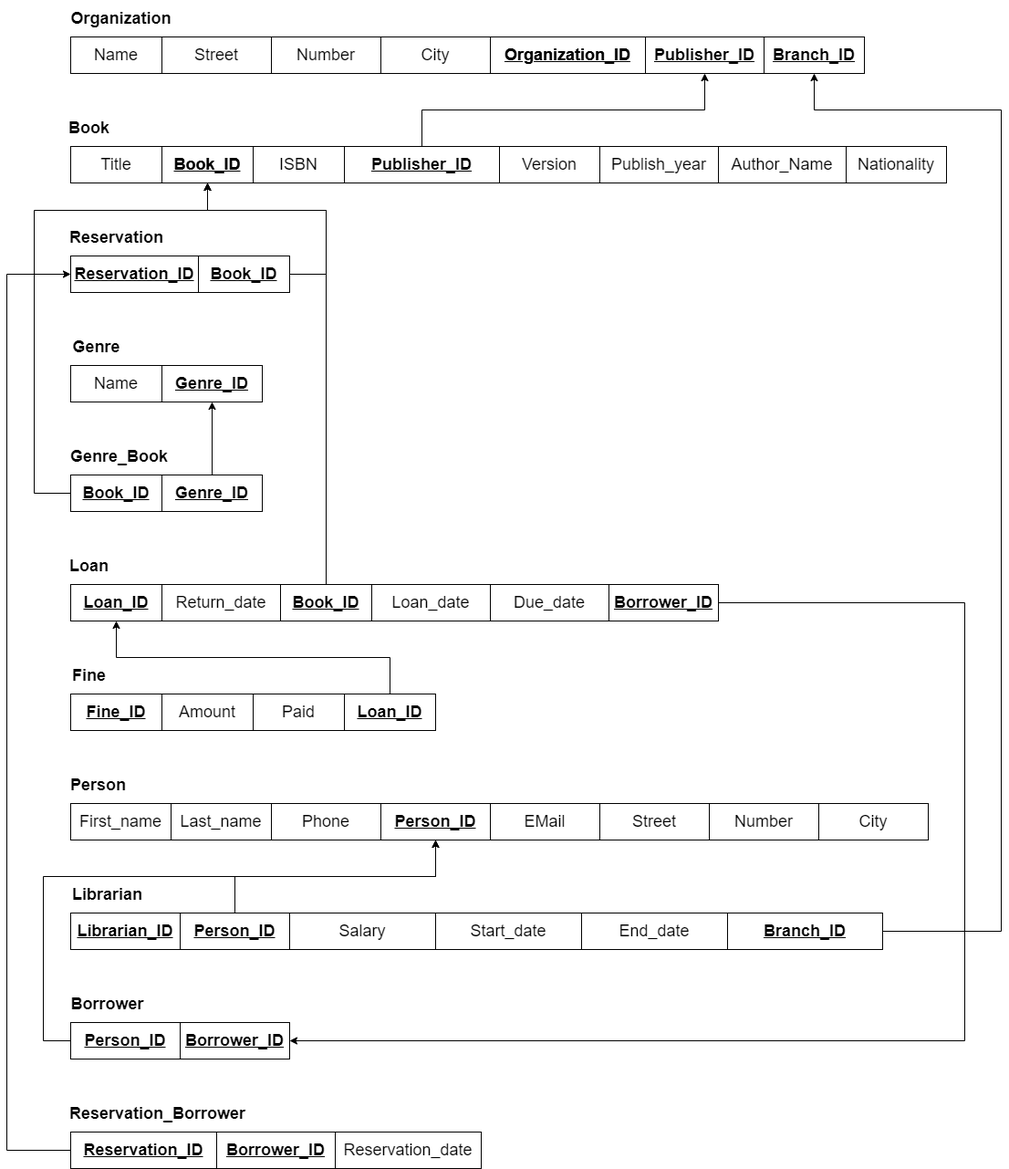
This is Relational_Model/Relational Model - 2NF.png from YouAndMEME/sose23-database, a draw.io export, as it was before one commit. Source tidied: cells renumbered, new cells last; positions are measured from the earlier drawing's top-left corner, leaving out a move shared by most shapes.
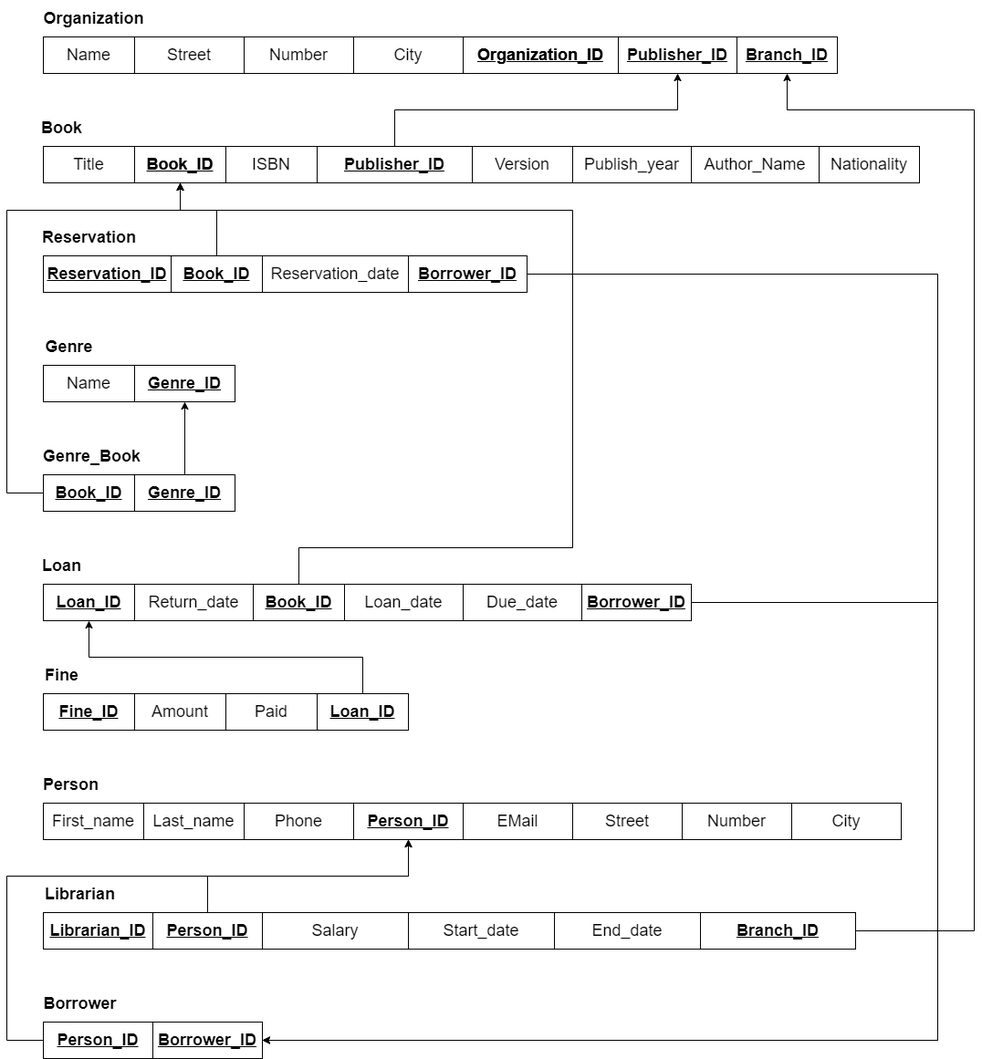
The same diagram one commit later.

Commit message:
Updated Relational Model Borrower

Change to the diagram source:
```diff
@@ -68,8 +68,7 @@
     <mxCell id="23" style="edgeStyle=orthogonalEdgeStyle;rounded=0;jettySize=auto;html=1;entryX=0.5;entryY=1;entryDx=0;entryDy=0;fontSize=18;" parent="1" edge="1" source="24" target="22">
       <mxGeometry relative="1" as="geometry">
         <Array as="points">
-          <mxPoint x="350" y="300" />
-          <mxPoint x="350" y="230" />
+          <mxPoint x="260" y="230" />
           <mxPoint x="220" y="230" />
         </Array>
       </mxGeometry>
@@ -106,7 +105,9 @@
     <mxCell id="32" style="edgeStyle=orthogonalEdgeStyle;rounded=0;jettySize=auto;html=1;entryX=0.5;entryY=1;entryDx=0;entryDy=0;fontSize=18;" parent="1" edge="1" source="33" target="22">
       <mxGeometry relative="1" as="geometry">
         <Array as="points">
-          <mxPoint x="350" y="230" />
+          <mxPoint x="350" y="600" />
+          <mxPoint x="650" y="600" />
+          <mxPoint x="650" y="230" />
           <mxPoint x="220" y="230" />
         </Array>
       </mxGeometry>
@@ -157,8 +158,8 @@
     <mxCell id="44" style="edgeStyle=orthogonalEdgeStyle;rounded=0;jettySize=auto;html=1;exitX=0;exitY=0.5;exitDx=0;exitDy=0;entryX=0.5;entryY=1;entryDx=0;entryDy=0;fontSize=18;" parent="1" edge="1" source="45" target="14">
       <mxGeometry relative="1" as="geometry">
         <Array as="points">
-          <mxPoint x="40" y="1140" />
-          <mxPoint x="40" y="960" />
+          <mxPoint x="30" y="1140" />
+          <mxPoint x="30" y="960" />
           <mxPoint x="470" y="960" />
         </Array>
       </mxGeometry>
@@ -166,25 +167,19 @@
     <mxCell id="45" value="&lt;b&gt;Person_ID&lt;/b&gt;" style="whiteSpace=wrap;html=1;align=center;strokeColor=default;fontSize=18;fillColor=none;fontStyle=4;" parent="1" vertex="1">
       <mxGeometry x="70" y="1120" width="120" height="40" as="geometry" />
     </mxCell>
-    <mxCell id="46" value="Reservation_Borrower" style="text;strokeColor=none;fillColor=none;html=1;fontSize=18;fontStyle=1;verticalAlign=middle;align=center;" parent="1" vertex="1">
-      <mxGeometry x="110" y="1200" width="110" height="40" as="geometry" />
-    </mxCell>
-    <mxCell id="47" style="edgeStyle=orthogonalEdgeStyle;rounded=0;jettySize=auto;html=1;entryX=0;entryY=0.5;entryDx=0;entryDy=0;fontSize=18;" parent="1" edge="1" source="48" target="10">
-      <mxGeometry relative="1" as="geometry">
-        <Array as="points">
-          <mxPoint y="1260" />
-          <mxPoint y="300" />
-        </Array>
-      </mxGeometry>
-    </mxCell>
-    <mxCell id="48" value="Reservation_ID" style="whiteSpace=wrap;html=1;align=center;strokeColor=default;fontSize=18;fillColor=none;fontStyle=5;" parent="1" vertex="1">
-      <mxGeometry x="70" y="1240" width="160" height="40" as="geometry" />
-    </mxCell>
+    <mxCell id="76" style="edgeStyle=orthogonalEdgeStyle;rounded=0;jettySize=auto;html=1;entryX=1;entryY=0.5;entryDx=0;entryDy=0;" parent="1" edge="1" source="49" target="41">
+      <mxGeometry relative="1" as="geometry">
+        <Array as="points">
+          <mxPoint x="1050" y="300" />
+          <mxPoint x="1050" y="1140" />
+        </Array>
+      </mxGeometry>
+    </mxCell>
     <mxCell id="49" value="Borrower_ID" style="whiteSpace=wrap;html=1;align=center;strokeColor=default;fontSize=18;fillColor=none;fontStyle=5;" parent="1" vertex="1">
-      <mxGeometry x="230" y="1240" width="130" height="40" as="geometry" />
+      <mxGeometry x="470" y="280" width="130" height="40" as="geometry" />
     </mxCell>
     <mxCell id="50" value="Reservation_date" style="whiteSpace=wrap;html=1;align=center;strokeColor=default;fontSize=18;fillColor=none;" parent="1" vertex="1">
-      <mxGeometry x="360" y="1240" width="160" height="40" as="geometry" />
+      <mxGeometry x="310" y="280" width="160" height="40" as="geometry" />
     </mxCell>
     <mxCell id="51" style="edgeStyle=orthogonalEdgeStyle;rounded=0;jettySize=auto;html=1;entryX=0.5;entryY=1;entryDx=0;entryDy=0;" parent="1" edge="1" source="52" target="17">
       <mxGeometry relative="1" as="geometry">
```
